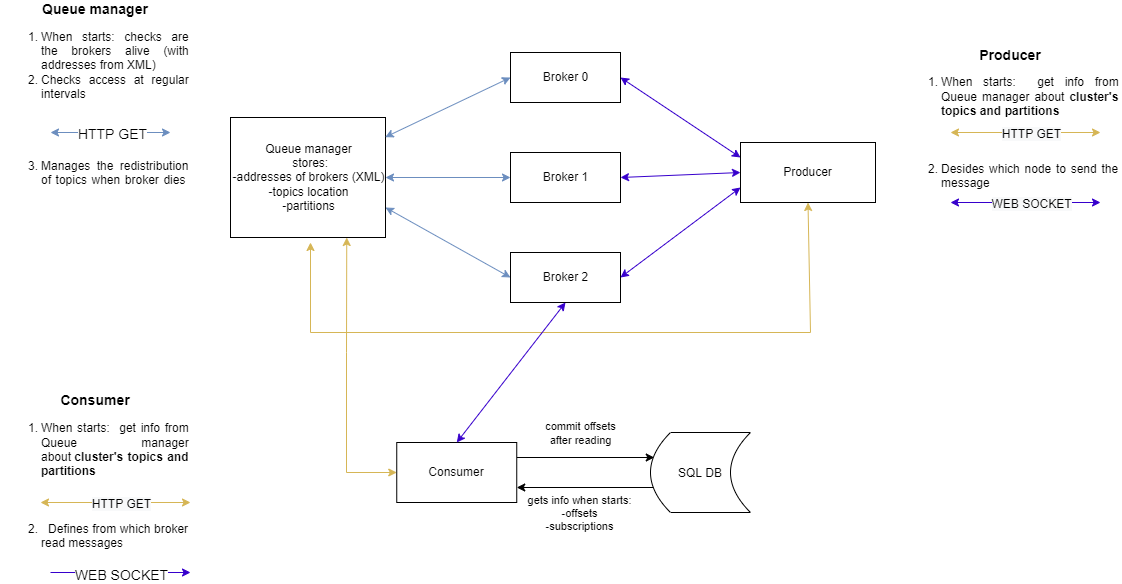
The draw.io diagram queue_scheme.png in Owner-maker/StocksMonitoring-TelegramBot, before a commit. Source tidied: cells renumbered, new cells last; positions are measured from the earlier drawing's top-left corner, leaving out a move shared by most shapes.
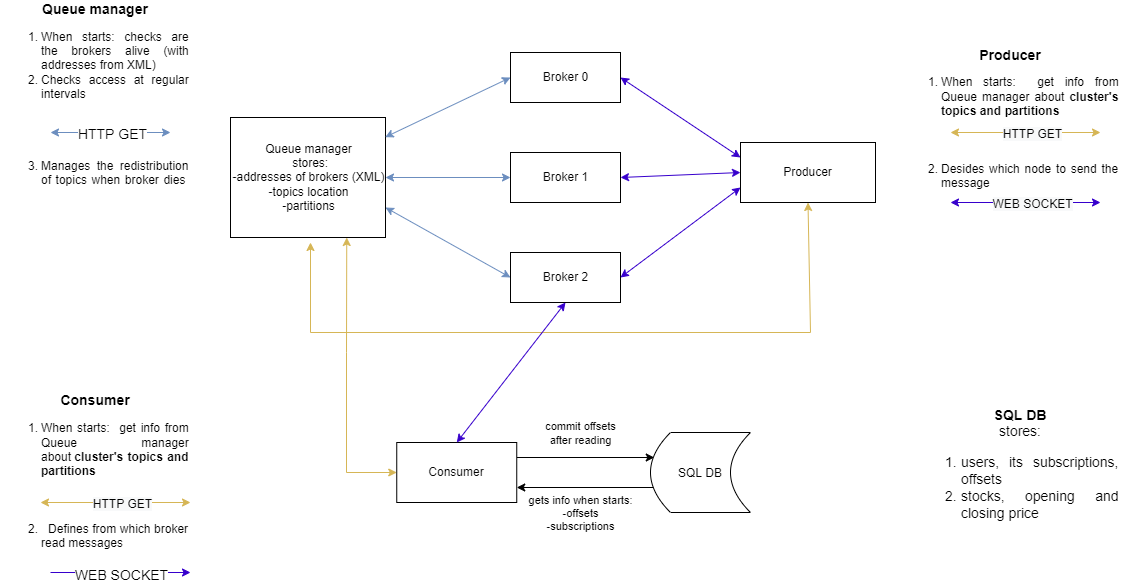
The same file after the commit.

Commit message:
Change queue scheme

What changed in the source:
```diff
@@ -150,5 +150,8 @@
     <mxCell id="34" style="endArrow=classic;startArrow=classic;html=1;rounded=0;fontSize=14;strokeWidth=1;exitX=0.5;exitY=0;exitDx=0;exitDy=0;entryX=0.5;entryY=1;entryDx=0;entryDy=0;fillColor=#6a00ff;strokeColor=#3700CC;" parent="1" edge="1" source="11" target="5">
       <mxGeometry relative="1" as="geometry" />
     </mxCell>
+    <mxCell id="35" value="&lt;br&gt;&lt;div&gt;&lt;b&gt;SQL DB&lt;/b&gt;&lt;/div&gt;&lt;div&gt;stores:&lt;/div&gt;&lt;div&gt;&lt;ol&gt;&lt;li style=&quot;text-align: justify&quot;&gt;users, its subscriptions, offsets&lt;/li&gt;&lt;li style=&quot;text-align: justify&quot;&gt;stocks, opening and closing price&lt;/li&gt;&lt;/ol&gt;&lt;/div&gt;" style="text;html=1;strokeColor=none;fillColor=none;align=center;verticalAlign=middle;whiteSpace=wrap;rounded=0;fontSize=14;" parent="1" vertex="1">
+      <mxGeometry x="920" y="350" width="200" height="120" as="geometry" />
+    </mxCell>
   </root>
 </mxGraphModel>
```
